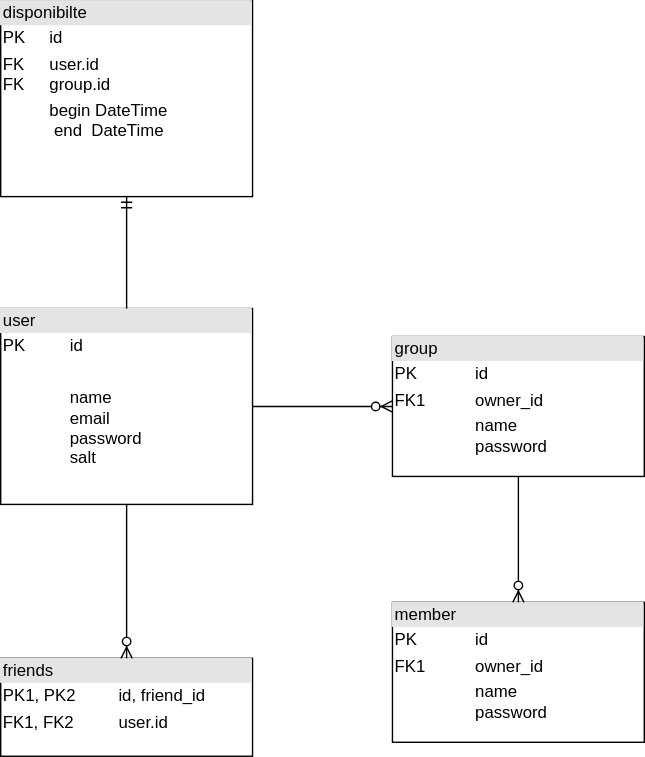
coffee-only/CalendarProject keeps this draw.io diagram as diagrams/MRD.drawio.svg. Above is the earlier version. Source tidied: cells renumbered, new cells last; positions are measured from the earlier drawing's top-left corner, leaving out a move shared by most shapes.
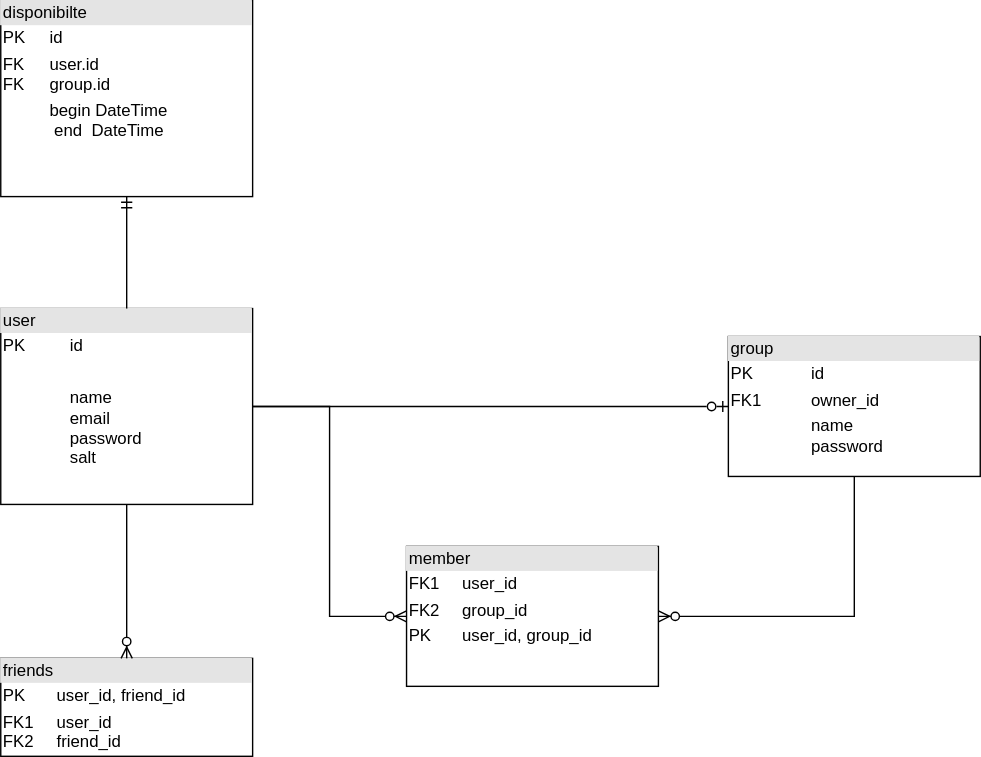
After the change.

Commit message:
Mettre à jour MRD.drawio.svg

Diff of the diagram source:
```diff
@@ -5,20 +5,23 @@
     <mxCell id="2" value="&lt;div style=&quot;box-sizing: border-box; width: 100%; background: rgb(228, 228, 228); padding: 2px;&quot;&gt;user&lt;/div&gt;&lt;table style=&quot;width:100%;font-size:1em;&quot; cellpadding=&quot;2&quot; cellspacing=&quot;0&quot;&gt;&lt;tbody&gt;&lt;tr&gt;&lt;td&gt;PK&lt;/td&gt;&lt;td&gt;id&lt;/td&gt;&lt;/tr&gt;&lt;tr&gt;&lt;td&gt;&lt;br&gt;&lt;/td&gt;&lt;td&gt;&lt;br&gt;&lt;/td&gt;&lt;/tr&gt;&lt;tr&gt;&lt;td&gt;&lt;/td&gt;&lt;td&gt;name&lt;br&gt;email&lt;br&gt;password&lt;br&gt;salt&lt;br&gt;&lt;br&gt;&lt;/td&gt;&lt;/tr&gt;&lt;/tbody&gt;&lt;/table&gt;" style="verticalAlign=top;align=left;overflow=fill;html=1;whiteSpace=wrap;" parent="1" vertex="1">
       <mxGeometry y="220" width="180" height="140" as="geometry" />
     </mxCell>
-    <mxCell id="3" value="&lt;div style=&quot;box-sizing: border-box; width: 100%; background: rgb(228, 228, 228); padding: 2px;&quot;&gt;friends&lt;/div&gt;&lt;table style=&quot;width:100%;font-size:1em;&quot; cellpadding=&quot;2&quot; cellspacing=&quot;0&quot;&gt;&lt;tbody&gt;&lt;tr&gt;&lt;td&gt;PK1, PK2&lt;/td&gt;&lt;td&gt;id, friend_id&lt;/td&gt;&lt;/tr&gt;&lt;tr&gt;&lt;td&gt;FK1, FK2&lt;br&gt;&lt;/td&gt;&lt;td&gt;user.id&lt;/td&gt;&lt;/tr&gt;&lt;tr&gt;&lt;td&gt;&lt;br&gt;&lt;br&gt;&lt;/td&gt;&lt;td&gt;&lt;br&gt;&lt;br&gt;&lt;br&gt;&lt;br&gt;&lt;br&gt;&lt;/td&gt;&lt;/tr&gt;&lt;/tbody&gt;&lt;/table&gt;" style="verticalAlign=top;align=left;overflow=fill;html=1;whiteSpace=wrap;" parent="1" vertex="1">
+    <mxCell id="3" value="&lt;div style=&quot;box-sizing: border-box; width: 100%; background: rgb(228, 228, 228); padding: 2px;&quot;&gt;friends&lt;/div&gt;&lt;table style=&quot;width:100%;font-size:1em;&quot; cellpadding=&quot;2&quot; cellspacing=&quot;0&quot;&gt;&lt;tbody&gt;&lt;tr&gt;&lt;td&gt;PK&lt;/td&gt;&lt;td&gt;user_id, friend_id&lt;/td&gt;&lt;/tr&gt;&lt;tr&gt;&lt;td&gt;FK1&lt;br&gt;FK2&lt;br&gt;&lt;/td&gt;&lt;td&gt;user_id&lt;br&gt;friend_id&lt;/td&gt;&lt;/tr&gt;&lt;tr&gt;&lt;td&gt;&lt;br&gt;&lt;br&gt;&lt;/td&gt;&lt;td&gt;&lt;br&gt;&lt;br&gt;&lt;br&gt;&lt;br&gt;&lt;br&gt;&lt;/td&gt;&lt;/tr&gt;&lt;/tbody&gt;&lt;/table&gt;" style="verticalAlign=top;align=left;overflow=fill;html=1;whiteSpace=wrap;" parent="1" vertex="1">
       <mxGeometry y="470" width="180" height="70" as="geometry" />
     </mxCell>
     <mxCell id="4" style="fontSize=12;html=1;endArrow=ERzeroToMany;endFill=1;rounded=0;exitX=0.5;exitY=1;exitDx=0;exitDy=0;entryX=0.5;entryY=0;entryDx=0;entryDy=0;" parent="1" edge="1" source="2" target="3">
       <mxGeometry relative="1" as="geometry" />
     </mxCell>
+    <mxCell id="11" style="edgeStyle=orthogonalEdgeStyle;rounded=0;jettySize=auto;html=1;exitX=0;exitY=0.5;exitDx=0;exitDy=0;startArrow=ERzeroToOne;startFill=0;endArrow=none;" parent="1" edge="1" source="5" target="2">
+      <mxGeometry relative="1" as="geometry" />
+    </mxCell>
     <mxCell id="5" value="&lt;div style=&quot;box-sizing: border-box; width: 100%; background: rgb(228, 228, 228); padding: 2px;&quot;&gt;group&lt;/div&gt;&lt;table style=&quot;width:100%;font-size:1em;&quot; cellpadding=&quot;2&quot; cellspacing=&quot;0&quot;&gt;&lt;tbody&gt;&lt;tr&gt;&lt;td&gt;PK&lt;/td&gt;&lt;td&gt;id&lt;/td&gt;&lt;/tr&gt;&lt;tr&gt;&lt;td&gt;FK1&lt;/td&gt;&lt;td&gt;owner_id&lt;/td&gt;&lt;/tr&gt;&lt;tr&gt;&lt;td&gt;&lt;/td&gt;&lt;td&gt;name&lt;br&gt;password&lt;br&gt;&lt;/td&gt;&lt;/tr&gt;&lt;/tbody&gt;&lt;/table&gt;" style="verticalAlign=top;align=left;overflow=fill;html=1;whiteSpace=wrap;" parent="1" vertex="1">
-      <mxGeometry x="280" y="240" width="180" height="100" as="geometry" />
+      <mxGeometry x="520" y="240" width="180" height="100" as="geometry" />
     </mxCell>
-    <mxCell id="6" style="fontSize=12;html=1;endArrow=ERzeroToMany;endFill=1;rounded=0;exitX=1;exitY=0.5;exitDx=0;exitDy=0;entryX=0;entryY=0.5;entryDx=0;entryDy=0;" parent="1" edge="1" source="2" target="5">
+    <mxCell id="6" style="fontSize=12;html=1;endArrow=ERzeroToMany;endFill=1;rounded=0;exitX=1;exitY=0.5;exitDx=0;exitDy=0;entryX=0;entryY=0.5;entryDx=0;entryDy=0;edgeStyle=orthogonalEdgeStyle;" parent="1" edge="1" source="2" target="7">
       <mxGeometry relative="1" as="geometry" />
     </mxCell>
-    <mxCell id="7" value="&lt;div style=&quot;box-sizing: border-box; width: 100%; background: rgb(228, 228, 228); padding: 2px;&quot;&gt;member&lt;/div&gt;&lt;table style=&quot;width:100%;font-size:1em;&quot; cellpadding=&quot;2&quot; cellspacing=&quot;0&quot;&gt;&lt;tbody&gt;&lt;tr&gt;&lt;td&gt;PK&lt;/td&gt;&lt;td&gt;id&lt;/td&gt;&lt;/tr&gt;&lt;tr&gt;&lt;td&gt;FK1&lt;/td&gt;&lt;td&gt;owner_id&lt;/td&gt;&lt;/tr&gt;&lt;tr&gt;&lt;td&gt;&lt;/td&gt;&lt;td&gt;name&lt;br&gt;password&lt;br&gt;&lt;/td&gt;&lt;/tr&gt;&lt;/tbody&gt;&lt;/table&gt;" style="verticalAlign=top;align=left;overflow=fill;html=1;whiteSpace=wrap;" parent="1" vertex="1">
-      <mxGeometry x="280" y="430" width="180" height="100" as="geometry" />
+    <mxCell id="7" value="&lt;div style=&quot;box-sizing: border-box; width: 100%; background: rgb(228, 228, 228); padding: 2px;&quot;&gt;member&lt;/div&gt;&lt;table style=&quot;width:100%;font-size:1em;&quot; cellpadding=&quot;2&quot; cellspacing=&quot;0&quot;&gt;&lt;tbody&gt;&lt;tr&gt;&lt;td&gt;FK1&lt;/td&gt;&lt;td&gt;user_id&lt;/td&gt;&lt;/tr&gt;&lt;tr&gt;&lt;td&gt;FK2&lt;/td&gt;&lt;td&gt;group_id&lt;/td&gt;&lt;/tr&gt;&lt;tr&gt;&lt;td&gt;PK&lt;/td&gt;&lt;td&gt;user_id, group_id&lt;/td&gt;&lt;/tr&gt;&lt;/tbody&gt;&lt;/table&gt;" style="verticalAlign=top;align=left;overflow=fill;html=1;whiteSpace=wrap;" parent="1" vertex="1">
+      <mxGeometry x="290" y="390" width="180" height="100" as="geometry" />
     </mxCell>
     <mxCell id="8" value="&lt;div style=&quot;box-sizing: border-box; width: 100%; background: rgb(228, 228, 228); padding: 2px;&quot;&gt;disponibilte&lt;/div&gt;&lt;table style=&quot;width:100%;font-size:1em;&quot; cellpadding=&quot;2&quot; cellspacing=&quot;0&quot;&gt;&lt;tbody&gt;&lt;tr&gt;&lt;td&gt;PK&lt;/td&gt;&lt;td&gt;id&lt;/td&gt;&lt;/tr&gt;&lt;tr&gt;&lt;td&gt;FK&lt;br&gt;FK&lt;/td&gt;&lt;td&gt;user.id&lt;br&gt;group.id&lt;/td&gt;&lt;/tr&gt;&lt;tr&gt;&lt;td&gt;&lt;br&gt;&lt;/td&gt;&lt;td&gt;begin DateTime&lt;br&gt;&amp;nbsp;end&amp;nbsp; DateTime&lt;br&gt;&lt;br&gt;&lt;/td&gt;&lt;/tr&gt;&lt;/tbody&gt;&lt;/table&gt;" style="verticalAlign=top;align=left;overflow=fill;html=1;whiteSpace=wrap;" parent="1" vertex="1">
       <mxGeometry width="180" height="140" as="geometry" />
@@ -26,7 +29,7 @@
     <mxCell id="9" style="fontSize=12;html=1;endArrow=ERmandOne;rounded=0;exitX=0.5;exitY=0;exitDx=0;exitDy=0;entryX=0.5;entryY=1;entryDx=0;entryDy=0;" parent="1" edge="1" source="2" target="8">
       <mxGeometry relative="1" as="geometry" />
     </mxCell>
-    <mxCell id="10" style="fontSize=12;html=1;endArrow=ERzeroToMany;endFill=1;rounded=0;exitX=0.5;exitY=1;exitDx=0;exitDy=0;entryX=0.5;entryY=0;entryDx=0;entryDy=0;" parent="1" edge="1" source="5" target="7">
+    <mxCell id="10" style="fontSize=12;html=1;endArrow=ERzeroToMany;endFill=1;rounded=0;exitX=0.5;exitY=1;exitDx=0;exitDy=0;entryX=1;entryY=0.5;entryDx=0;entryDy=0;edgeStyle=orthogonalEdgeStyle;" parent="1" edge="1" source="5" target="7">
       <mxGeometry relative="1" as="geometry" />
     </mxCell>
   </root>
```
